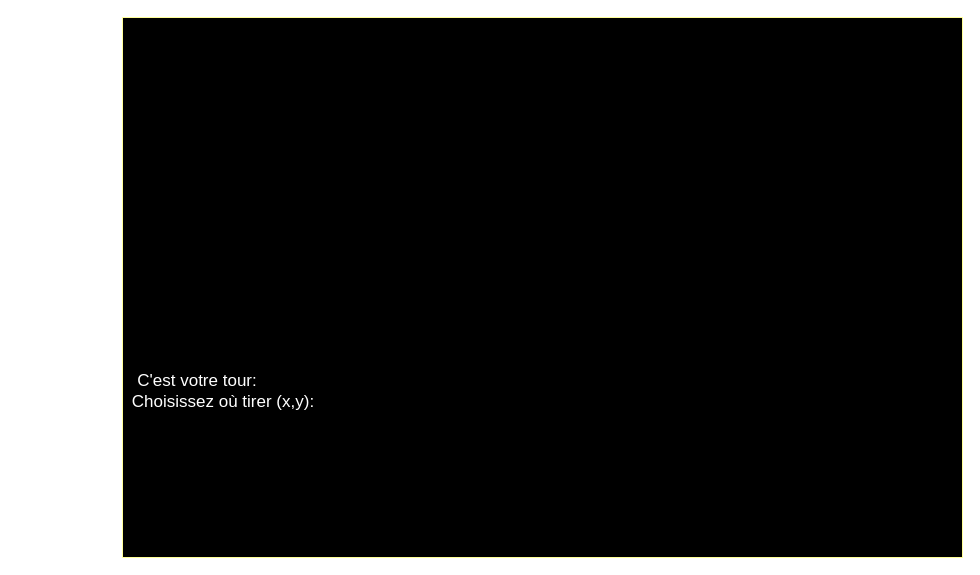
Earlier version of the draw.io diagram page "Jouer" (2 of 5) of Bataille navale - Maquette.drawio (TCamoes15/BatailleNavale-TiagoSantos). Source tidied: cells renumbered, new cells numbered last; positions are measured from the earlier drawing's top-left corner, leaving out a move shared by most shapes. Both pictures are drawn from the tidied source at 100%, with x=0, y=0 at pixel (17, 17).
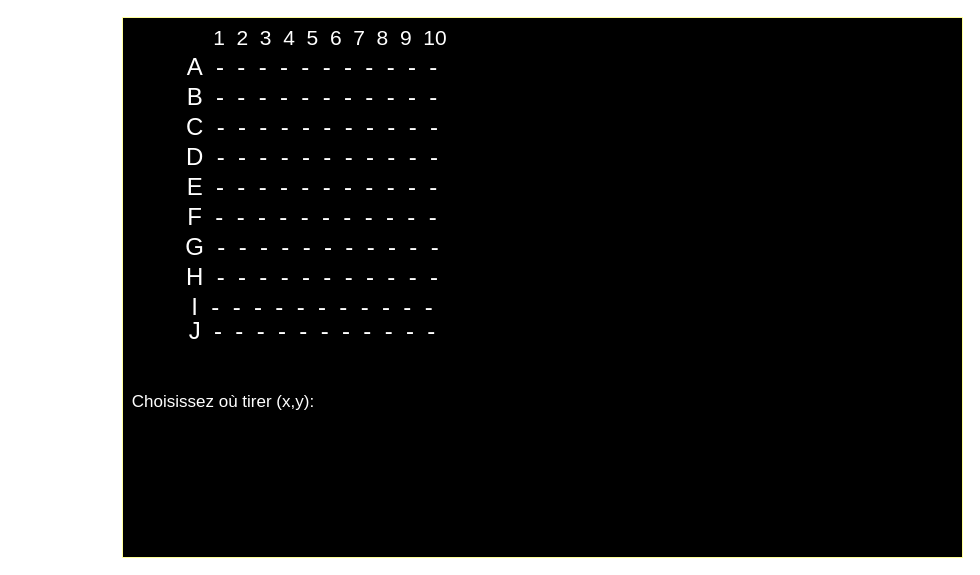
After the change.

What changed in the source:
```diff
@@
 <mxGraphModel>
   <root>
     <mxCell id="0" />
     <mxCell id="1" parent="0" />
     <mxCell id="2" style="rounded=0;whiteSpace=wrap;html=1;strokeColor=#FFFF99;fillColor=#000000;" parent="1" vertex="1">
       <mxGeometry x="105" width="840" height="540" as="geometry" />
     </mxCell>
-    <mxCell id="3" value="&lt;span style=&quot;font-size: 17px&quot;&gt;C'est votre tour: &lt;br&gt;&amp;nbsp; &amp;nbsp; &amp;nbsp; &amp;nbsp; &amp;nbsp; &amp;nbsp;Choisissez&amp;nbsp;où tirer (x,y):&lt;/span&gt;" style="text;html=1;strokeColor=none;fillColor=none;align=center;verticalAlign=middle;whiteSpace=wrap;rounded=0;fontColor=#FFFFFF;" parent="1" vertex="1">
+    <mxCell id="3" value="&lt;span style=&quot;font-size: 17px&quot;&gt;&lt;br&gt;&amp;nbsp; &amp;nbsp; &amp;nbsp; &amp;nbsp; &amp;nbsp; &amp;nbsp;Choisissez&amp;nbsp;où tirer (x,y):&lt;/span&gt;" style="text;html=1;strokeColor=none;fillColor=none;align=center;verticalAlign=middle;whiteSpace=wrap;rounded=0;fontColor=#FFFFFF;" parent="1" vertex="1">
       <mxGeometry y="334" width="360" height="80" as="geometry" />
     </mxCell>
+    <mxCell id="4" value="&lt;font color=&quot;#ffffff&quot; style=&quot;font-size: 21px&quot;&gt;&amp;nbsp;1&amp;nbsp; 2&amp;nbsp; 3&amp;nbsp; 4&amp;nbsp; 5&amp;nbsp; 6&amp;nbsp; 7&amp;nbsp; 8&amp;nbsp; 9&amp;nbsp; 10&lt;/font&gt;" style="text;html=1;strokeColor=none;fillColor=none;align=center;verticalAlign=middle;whiteSpace=wrap;rounded=0;" parent="1" vertex="1">
+      <mxGeometry x="160" width="300" height="40" as="geometry" />
+    </mxCell>
+    <mxCell id="5" value="&lt;font color=&quot;#ffffff&quot; style=&quot;font-size: 24px&quot;&gt;A&amp;nbsp; -&amp;nbsp; -&amp;nbsp; -&amp;nbsp; -&amp;nbsp; -&amp;nbsp; -&amp;nbsp; -&amp;nbsp; -&amp;nbsp; -&amp;nbsp; -&amp;nbsp; -&lt;/font&gt;" style="text;html=1;strokeColor=none;fillColor=none;align=center;verticalAlign=middle;whiteSpace=wrap;rounded=0;" parent="1" vertex="1">
+      <mxGeometry x="140" y="30" width="310" height="40" as="geometry" />
+    </mxCell>
+    <mxCell id="6" value="&lt;font color=&quot;#ffffff&quot; style=&quot;font-size: 24px&quot;&gt;B&amp;nbsp; -&amp;nbsp; -&amp;nbsp; -&amp;nbsp; -&amp;nbsp; -&amp;nbsp; -&amp;nbsp; -&amp;nbsp; -&amp;nbsp; -&amp;nbsp; -&amp;nbsp; -&lt;/font&gt;" style="text;html=1;strokeColor=none;fillColor=none;align=center;verticalAlign=middle;whiteSpace=wrap;rounded=0;" parent="1" vertex="1">
+      <mxGeometry x="140" y="60" width="310" height="40" as="geometry" />
+    </mxCell>
+    <mxCell id="7" value="&lt;font color=&quot;#ffffff&quot; style=&quot;font-size: 24px&quot;&gt;C&amp;nbsp; -&amp;nbsp; -&amp;nbsp; -&amp;nbsp; -&amp;nbsp; -&amp;nbsp; -&amp;nbsp; -&amp;nbsp; -&amp;nbsp; -&amp;nbsp; -&amp;nbsp; -&lt;/font&gt;" style="text;html=1;strokeColor=none;fillColor=none;align=center;verticalAlign=middle;whiteSpace=wrap;rounded=0;" parent="1" vertex="1">
+      <mxGeometry x="140" y="90" width="310" height="40" as="geometry" />
+    </mxCell>
+    <mxCell id="8" value="&lt;font color=&quot;#ffffff&quot; style=&quot;font-size: 24px&quot;&gt;D&amp;nbsp; -&amp;nbsp; -&amp;nbsp; -&amp;nbsp; -&amp;nbsp; -&amp;nbsp; -&amp;nbsp; -&amp;nbsp; -&amp;nbsp; -&amp;nbsp; -&amp;nbsp; -&lt;/font&gt;" style="text;html=1;strokeColor=none;fillColor=none;align=center;verticalAlign=middle;whiteSpace=wrap;rounded=0;" parent="1" vertex="1">
+      <mxGeometry x="140" y="120" width="310" height="40" as="geometry" />
+    </mxCell>
+    <mxCell id="9" value="&lt;font color=&quot;#ffffff&quot; style=&quot;font-size: 24px&quot;&gt;E&amp;nbsp; -&amp;nbsp; -&amp;nbsp; -&amp;nbsp; -&amp;nbsp; -&amp;nbsp; -&amp;nbsp; -&amp;nbsp; -&amp;nbsp; -&amp;nbsp; -&amp;nbsp; -&lt;/font&gt;" style="text;html=1;strokeColor=none;fillColor=none;align=center;verticalAlign=middle;whiteSpace=wrap;rounded=0;" parent="1" vertex="1">
+      <mxGeometry x="140" y="150" width="310" height="40" as="geometry" />
+    </mxCell>
+    <mxCell id="10" value="&lt;font color=&quot;#ffffff&quot; style=&quot;font-size: 24px&quot;&gt;F&amp;nbsp; -&amp;nbsp; -&amp;nbsp; -&amp;nbsp; -&amp;nbsp; -&amp;nbsp; -&amp;nbsp; -&amp;nbsp; -&amp;nbsp; -&amp;nbsp; -&amp;nbsp; -&lt;/font&gt;" style="text;html=1;strokeColor=none;fillColor=none;align=center;verticalAlign=middle;whiteSpace=wrap;rounded=0;" parent="1" vertex="1">
+      <mxGeometry x="140" y="180" width="310" height="40" as="geometry" />
+    </mxCell>
+    <mxCell id="11" value="&lt;font color=&quot;#ffffff&quot; style=&quot;font-size: 24px&quot;&gt;G&amp;nbsp; -&amp;nbsp; -&amp;nbsp; -&amp;nbsp; -&amp;nbsp; -&amp;nbsp; -&amp;nbsp; -&amp;nbsp; -&amp;nbsp; -&amp;nbsp; -&amp;nbsp; -&lt;/font&gt;" style="text;html=1;strokeColor=none;fillColor=none;align=center;verticalAlign=middle;whiteSpace=wrap;rounded=0;" parent="1" vertex="1">
+      <mxGeometry x="140" y="210" width="310" height="40" as="geometry" />
+    </mxCell>
+    <mxCell id="12" value="&lt;font color=&quot;#ffffff&quot; style=&quot;font-size: 24px&quot;&gt;H&amp;nbsp; -&amp;nbsp; -&amp;nbsp; -&amp;nbsp; -&amp;nbsp; -&amp;nbsp; -&amp;nbsp; -&amp;nbsp; -&amp;nbsp; -&amp;nbsp; -&amp;nbsp; -&lt;/font&gt;" style="text;html=1;strokeColor=none;fillColor=none;align=center;verticalAlign=middle;whiteSpace=wrap;rounded=0;" parent="1" vertex="1">
+      <mxGeometry x="140" y="240" width="310" height="40" as="geometry" />
+    </mxCell>
+    <mxCell id="13" value="&lt;font color=&quot;#ffffff&quot; style=&quot;font-size: 24px&quot;&gt;I&amp;nbsp; -&amp;nbsp; -&amp;nbsp; -&amp;nbsp; -&amp;nbsp; -&amp;nbsp; -&amp;nbsp; -&amp;nbsp; -&amp;nbsp; -&amp;nbsp; -&amp;nbsp; -&lt;/font&gt;" style="text;html=1;strokeColor=none;fillColor=none;align=center;verticalAlign=middle;whiteSpace=wrap;rounded=0;" parent="1" vertex="1">
+      <mxGeometry x="140" y="270" width="310" height="40" as="geometry" />
+    </mxCell>
+    <mxCell id="14" value="&lt;font color=&quot;#ffffff&quot; style=&quot;font-size: 24px&quot;&gt;J&amp;nbsp; -&amp;nbsp; -&amp;nbsp; -&amp;nbsp; -&amp;nbsp; -&amp;nbsp; -&amp;nbsp; -&amp;nbsp; -&amp;nbsp; -&amp;nbsp; -&amp;nbsp; -&lt;/font&gt;" style="text;html=1;strokeColor=none;fillColor=none;align=center;verticalAlign=middle;whiteSpace=wrap;rounded=0;" parent="1" vertex="1">
+      <mxGeometry x="140" y="294" width="310" height="40" as="geometry" />
+    </mxCell>
   </root>
 </mxGraphModel>
```
